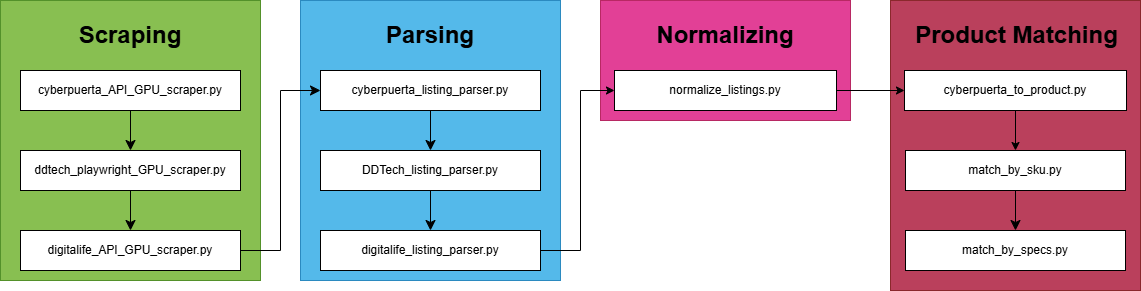
Before: assets/tracker_file_flowchart.drawio.png, a diagram exported from draw.io (djg02/GPUTrackerMX). Source tidied: cells renumbered, new cells last; positions are measured from the earlier drawing's top-left corner, leaving out a move shared by most shapes.
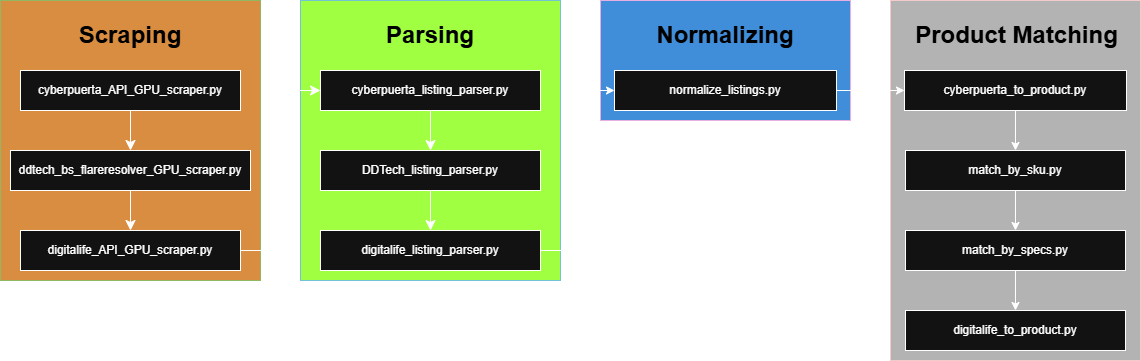
After the change.

Diff of the diagram source:
```diff
@@ -3,7 +3,7 @@
     <mxCell id="0" />
     <mxCell id="1" parent="0" />
     <mxCell id="2" style="rounded=0;whiteSpace=wrap;html=1;fillColor=light-dark(#A20025,#999999);fontColor=#ffffff;strokeColor=#6F0000;opacity=75;" parent="1" vertex="1">
-      <mxGeometry x="890" width="250" height="290" as="geometry" />
+      <mxGeometry x="890" width="250" height="360" as="geometry" />
     </mxCell>
     <mxCell id="3" style="rounded=0;whiteSpace=wrap;html=1;fillColor=light-dark(#D80073,#0066CC);fontColor=#ffffff;strokeColor=#A50040;opacity=75;" parent="1" vertex="1">
       <mxGeometry x="600" width="250" height="120" as="geometry" />
@@ -23,10 +23,10 @@
     <mxCell id="8" style="edgeStyle=none;curved=1;rounded=0;jettySize=auto;html=1;exitX=0.5;exitY=1;exitDx=0;exitDy=0;entryX=0.5;entryY=0;entryDx=0;entryDy=0;fontSize=12;startSize=8;endSize=8;" parent="1" edge="1" source="9" target="11">
       <mxGeometry relative="1" as="geometry" />
     </mxCell>
-    <mxCell id="9" value="ddtech_playwright_GPU_scraper.py" style="rounded=0;whiteSpace=wrap;html=1;" parent="1" vertex="1">
-      <mxGeometry x="20" y="150" width="220" height="40" as="geometry" />
+    <mxCell id="9" value="ddtech_bs_flareresolver_GPU_scraper.py" style="rounded=0;whiteSpace=wrap;html=1;" parent="1" vertex="1">
+      <mxGeometry x="10" y="150" width="240" height="40" as="geometry" />
     </mxCell>
-    <mxCell id="10" style="edgeStyle=orthogonalEdgeStyle;rounded=0;jettySize=auto;html=1;exitX=1;exitY=0.5;exitDx=0;exitDy=0;entryX=0;entryY=0.5;entryDx=0;entryDy=0;fontSize=12;startSize=8;endSize=8;" parent="1" edge="1" source="11" target="13">
+    <mxCell id="10" style="edgeStyle=orthogonalEdgeStyle;rounded=0;jettySize=auto;html=1;exitX=1;exitY=0.5;exitDx=0;exitDy=0;entryX=0;entryY=0.5;entryDx=0;entryDy=0;fontSize=12;startSize=8;endSize=8;strokeColor=light-dark(#000000,#FFFFFF);" parent="1" edge="1" source="11" target="13">
       <mxGeometry relative="1" as="geometry" />
     </mxCell>
     <mxCell id="11" value="digitalife_API_GPU_scraper.py" style="rounded=0;whiteSpace=wrap;html=1;" parent="1" vertex="1">
@@ -44,7 +44,7 @@
     <mxCell id="15" value="DDTech_listing_parser.py" style="rounded=0;whiteSpace=wrap;html=1;" parent="1" vertex="1">
       <mxGeometry x="320" y="150" width="220" height="40" as="geometry" />
     </mxCell>
-    <mxCell id="16" style="edgeStyle=orthogonalEdgeStyle;rounded=0;jettySize=auto;html=1;exitX=1;exitY=0.5;exitDx=0;exitDy=0;entryX=0;entryY=0.5;entryDx=0;entryDy=0;" parent="1" edge="1" source="17" target="21">
+    <mxCell id="16" style="edgeStyle=orthogonalEdgeStyle;rounded=0;jettySize=auto;html=1;exitX=1;exitY=0.5;exitDx=0;exitDy=0;entryX=0;entryY=0.5;entryDx=0;entryDy=0;strokeColor=light-dark(#000000,#FFFFFF);" parent="1" edge="1" source="17" target="21">
       <mxGeometry relative="1" as="geometry">
         <Array as="points">
           <mxPoint x="580" y="250" />
@@ -61,18 +61,21 @@
     <mxCell id="19" value="cyberpuerta_to_product.py" style="rounded=0;whiteSpace=wrap;html=1;" parent="1" vertex="1">
       <mxGeometry x="904" y="70" width="222" height="40" as="geometry" />
     </mxCell>
-    <mxCell id="20" style="edgeStyle=orthogonalEdgeStyle;rounded=0;jettySize=auto;html=1;exitX=1;exitY=0.5;exitDx=0;exitDy=0;entryX=0;entryY=0.5;entryDx=0;entryDy=0;" parent="1" edge="1" source="21" target="19">
+    <mxCell id="20" style="edgeStyle=orthogonalEdgeStyle;rounded=0;jettySize=auto;html=1;exitX=1;exitY=0.5;exitDx=0;exitDy=0;entryX=0;entryY=0.5;entryDx=0;entryDy=0;strokeColor=light-dark(#000000,#FFFFFF);" parent="1" edge="1" source="21" target="19">
       <mxGeometry relative="1" as="geometry" />
     </mxCell>
     <mxCell id="21" value="normalize_listings.py" style="rounded=0;whiteSpace=wrap;html=1;" parent="1" vertex="1">
       <mxGeometry x="614" y="70" width="222" height="40" as="geometry" />
     </mxCell>
-    <mxCell id="22" style="edgeStyle=none;curved=1;rounded=0;jettySize=auto;html=1;exitX=0.5;exitY=1;exitDx=0;exitDy=0;entryX=0.5;entryY=0;entryDx=0;entryDy=0;fontSize=12;startSize=8;endSize=8;" parent="1" edge="1" source="23" target="24">
+    <mxCell id="22" style="edgeStyle=orthogonalEdgeStyle;rounded=0;jettySize=auto;html=1;exitX=0.5;exitY=1;exitDx=0;exitDy=0;entryX=0.5;entryY=0;entryDx=0;entryDy=0;" parent="1" edge="1" source="23" target="24">
       <mxGeometry relative="1" as="geometry" />
     </mxCell>
     <mxCell id="23" value="match_by_sku.py" style="rounded=0;whiteSpace=wrap;html=1;" parent="1" vertex="1">
       <mxGeometry x="905" y="150" width="220" height="40" as="geometry" />
     </mxCell>
+    <mxCell id="29" style="edgeStyle=orthogonalEdgeStyle;rounded=0;jettySize=auto;html=1;exitX=0.5;exitY=1;exitDx=0;exitDy=0;entryX=0.5;entryY=0;entryDx=0;entryDy=0;" parent="1" edge="1" source="24" target="30">
+      <mxGeometry relative="1" as="geometry" />
+    </mxCell>
     <mxCell id="24" value="match_by_specs.py" style="rounded=0;whiteSpace=wrap;html=1;" parent="1" vertex="1">
       <mxGeometry x="905" y="230" width="220" height="40" as="geometry" />
     </mxCell>
@@ -88,5 +91,8 @@
     <mxCell id="28" value="&lt;h1&gt;&lt;font style=&quot;color: light-dark(rgb(0, 0, 0), rgb(0, 0, 0));&quot;&gt;Product Matching&lt;/font&gt;&lt;/h1&gt;" style="text;html=1;whiteSpace=wrap;align=center;verticalAlign=middle;rounded=0;" parent="1" vertex="1">
       <mxGeometry x="904" y="20" width="225" height="30" as="geometry" />
     </mxCell>
+    <mxCell id="30" value="digitalife_to_product.py" style="rounded=0;whiteSpace=wrap;html=1;" parent="1" vertex="1">
+      <mxGeometry x="905" y="310" width="220" height="40" as="geometry" />
+    </mxCell>
   </root>
 </mxGraphModel>
```
